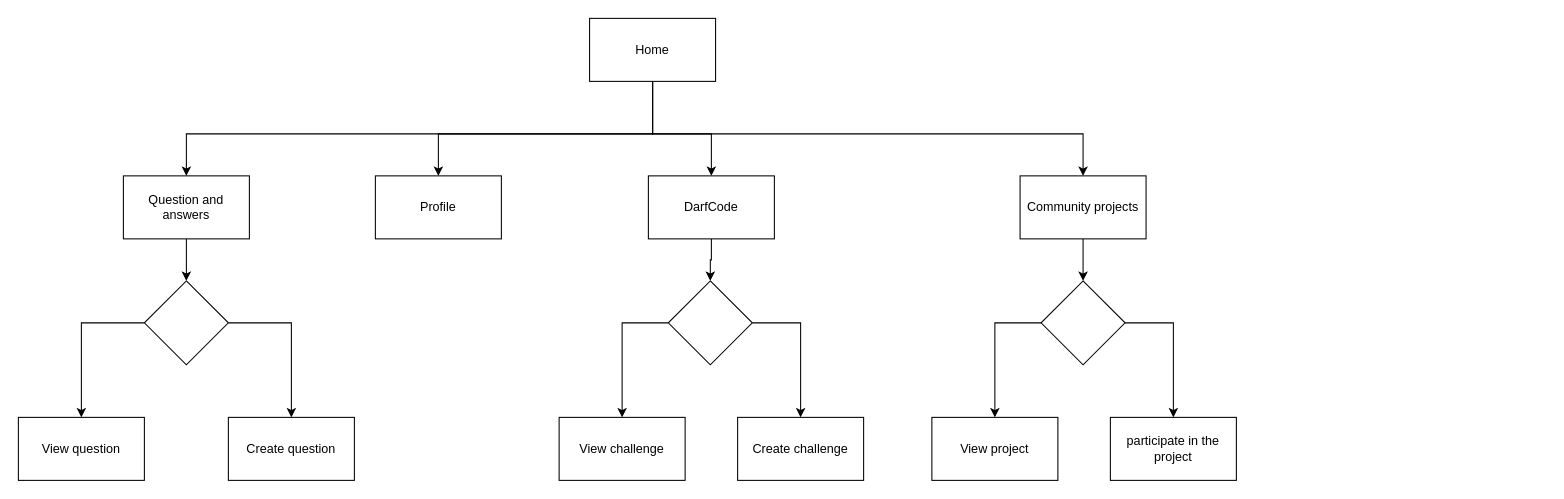
This is page "Navegação" (1 of 2) of Diagrama sem nome.drawio from Mined-Development-Company/Community, a draw.io file, before an edit. Source tidied: cells renumbered, new cells numbered last; positions are measured from the earlier drawing's top-left corner, leaving out a move shared by most shapes. Both pictures are drawn from the tidied source at 105%, with x=0, y=0 at pixel (18, 18).
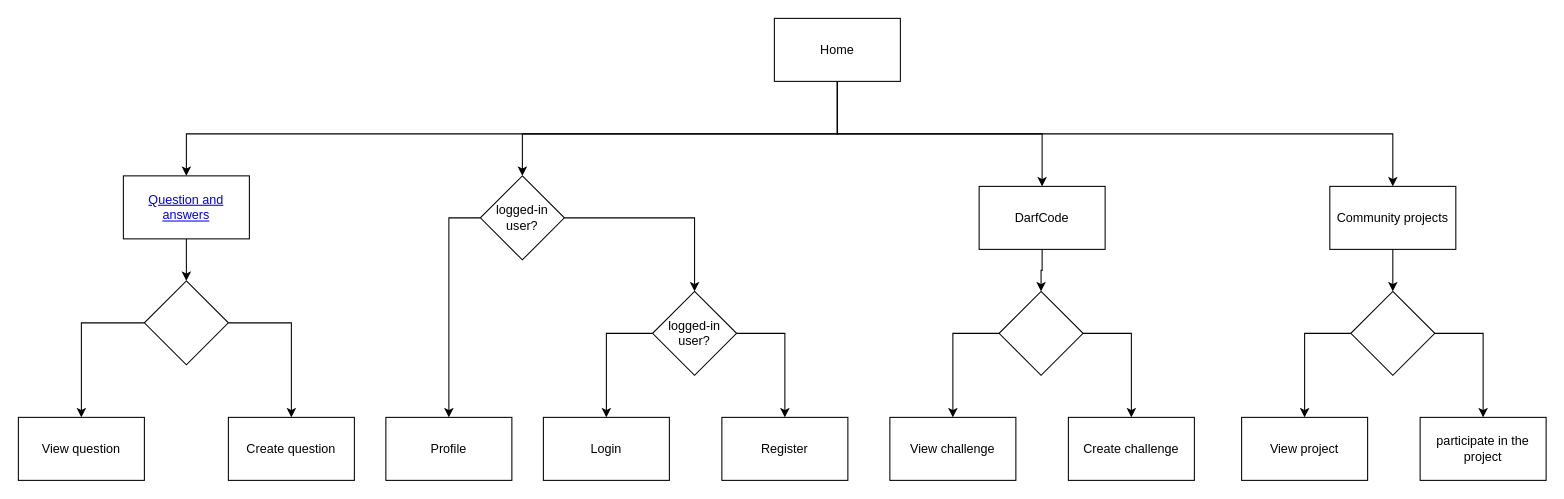
The same page after the edit.

Change to the diagram source:
```diff
@@
     <mxCell id="2" style="edgeStyle=orthogonalEdgeStyle;rounded=0;jettySize=auto;html=1;entryX=0.5;entryY=0;entryDx=0;entryDy=0;" parent="1" edge="1" source="6" target="8">
       <mxGeometry relative="1" as="geometry">
         <Array as="points">
-          <mxPoint x="604" y="110" />
+          <mxPoint x="780" y="110" />
           <mxPoint x="160" y="110" />
         </Array>
       </mxGeometry>
     </mxCell>
-    <mxCell id="3" style="edgeStyle=orthogonalEdgeStyle;rounded=0;jettySize=auto;html=1;exitX=0.5;exitY=1;exitDx=0;exitDy=0;entryX=0.5;entryY=0;entryDx=0;entryDy=0;" parent="1" edge="1" source="6" target="14">
-      <mxGeometry relative="1" as="geometry">
-        <Array as="points">
-          <mxPoint x="604" y="110" />
-          <mxPoint x="400" y="110" />
-        </Array>
-      </mxGeometry>
-    </mxCell>
     <mxCell id="4" style="edgeStyle=orthogonalEdgeStyle;rounded=0;jettySize=auto;html=1;entryX=0.5;entryY=0;entryDx=0;entryDy=0;" parent="1" edge="1" source="6" target="16">
       <mxGeometry relative="1" as="geometry">
         <Array as="points">
-          <mxPoint x="604" y="110" />
-          <mxPoint x="660" y="110" />
+          <mxPoint x="780" y="110" />
+          <mxPoint x="975" y="110" />
         </Array>
       </mxGeometry>
     </mxCell>
     <mxCell id="5" style="edgeStyle=orthogonalEdgeStyle;rounded=0;jettySize=auto;html=1;entryX=0.5;entryY=0;entryDx=0;entryDy=0;" parent="1" edge="1" source="6" target="23">
       <mxGeometry relative="1" as="geometry">
         <Array as="points">
-          <mxPoint x="604" y="110" />
-          <mxPoint x="1014" y="110" />
+          <mxPoint x="780" y="110" />
+          <mxPoint x="1309" y="110" />
         </Array>
       </mxGeometry>
     </mxCell>
+    <mxCell id="29" style="edgeStyle=orthogonalEdgeStyle;rounded=0;jettySize=auto;html=1;entryX=0.5;entryY=0;entryDx=0;entryDy=0;" parent="1" edge="1" source="6" target="32">
+      <mxGeometry relative="1" as="geometry">
+        <Array as="points">
+          <mxPoint x="780" y="110" />
+          <mxPoint x="480" y="110" />
+        </Array>
+      </mxGeometry>
+    </mxCell>
     <mxCell id="6" value="Home" style="rounded=0;whiteSpace=wrap;html=1;" parent="1" vertex="1">
-      <mxGeometry x="544" width="120" height="60" as="geometry" />
+      <mxGeometry x="720" width="120" height="60" as="geometry" />
     </mxCell>
@@
-    <mxCell id="8" value="Question and answers" style="rounded=0;whiteSpace=wrap;html=1;" parent="1" vertex="1">
+    <mxCell id="8" value="&lt;a href=&quot;data:page/id,JlcmqkpYdvfIM-D7zW9A&quot;&gt;Question and answers&lt;/a&gt;" style="rounded=0;whiteSpace=wrap;html=1;" parent="1" vertex="1">
       <mxGeometry x="100" y="150" width="120" height="60" as="geometry" />
     </mxCell>
@@
     <mxCell id="14" value="Profile" style="rounded=0;whiteSpace=wrap;html=1;" parent="1" vertex="1">
-      <mxGeometry x="340" y="150" width="120" height="60" as="geometry" />
+      <mxGeometry x="350" y="380" width="120" height="60" as="geometry" />
     </mxCell>
@@
     <mxCell id="16" value="DarfCode" style="rounded=0;whiteSpace=wrap;html=1;" parent="1" vertex="1">
-      <mxGeometry x="600" y="150" width="120" height="60" as="geometry" />
+      <mxGeometry x="915" y="160" width="120" height="60" as="geometry" />
     </mxCell>
     <mxCell id="17" value="View challenge" style="rounded=0;whiteSpace=wrap;html=1;" parent="1" vertex="1">
-      <mxGeometry x="515" y="380" width="120" height="60" as="geometry" />
+      <mxGeometry x="830" y="380" width="120" height="60" as="geometry" />
     </mxCell>
     <mxCell id="18" style="edgeStyle=orthogonalEdgeStyle;rounded=0;jettySize=auto;html=1;entryX=0.5;entryY=0;entryDx=0;entryDy=0;" parent="1" edge="1" source="20" target="17">
       <mxGeometry relative="1" as="geometry">
         <Array as="points">
-          <mxPoint x="575" y="290" />
+          <mxPoint x="890" y="300" />
         </Array>
       </mxGeometry>
     </mxCell>
     <mxCell id="19" style="edgeStyle=orthogonalEdgeStyle;rounded=0;jettySize=auto;html=1;entryX=0.5;entryY=0;entryDx=0;entryDy=0;" parent="1" edge="1" source="20" target="21">
       <mxGeometry relative="1" as="geometry">
         <Array as="points">
-          <mxPoint x="745" y="290" />
+          <mxPoint x="1060" y="300" />
         </Array>
       </mxGeometry>
     </mxCell>
     <mxCell id="20" style="rhombus;whiteSpace=wrap;html=1;" parent="1" vertex="1">
-      <mxGeometry x="619" y="250" width="80" height="80" as="geometry" />
+      <mxGeometry x="934" y="260" width="80" height="80" as="geometry" />
     </mxCell>
     <mxCell id="21" value="Create challenge" style="rounded=0;whiteSpace=wrap;html=1;" parent="1" vertex="1">
-      <mxGeometry x="685" y="380" width="120" height="60" as="geometry" />
+      <mxGeometry x="1000" y="380" width="120" height="60" as="geometry" />
     </mxCell>
@@
     <mxCell id="23" value="Community projects" style="rounded=0;whiteSpace=wrap;html=1;" parent="1" vertex="1">
-      <mxGeometry x="954" y="150" width="120" height="60" as="geometry" />
+      <mxGeometry x="1249" y="160" width="120" height="60" as="geometry" />
     </mxCell>
     <mxCell id="24" value="View project" style="rounded=0;whiteSpace=wrap;html=1;" parent="1" vertex="1">
-      <mxGeometry x="870" y="380" width="120" height="60" as="geometry" />
+      <mxGeometry x="1165" y="380" width="120" height="60" as="geometry" />
     </mxCell>
     <mxCell id="25" style="edgeStyle=orthogonalEdgeStyle;rounded=0;jettySize=auto;html=1;entryX=0.5;entryY=0;entryDx=0;entryDy=0;" parent="1" edge="1" source="27" target="24">
       <mxGeometry relative="1" as="geometry">
         <Array as="points">
-          <mxPoint x="930" y="290" />
+          <mxPoint x="1225" y="300" />
         </Array>
       </mxGeometry>
     </mxCell>
     <mxCell id="26" style="edgeStyle=orthogonalEdgeStyle;rounded=0;jettySize=auto;html=1;entryX=0.5;entryY=0;entryDx=0;entryDy=0;" parent="1" edge="1" source="27" target="28">
       <mxGeometry relative="1" as="geometry">
         <Array as="points">
-          <mxPoint x="1100" y="290" />
+          <mxPoint x="1395" y="300" />
         </Array>
       </mxGeometry>
     </mxCell>
     <mxCell id="27" style="rhombus;whiteSpace=wrap;html=1;" parent="1" vertex="1">
-      <mxGeometry x="974" y="250" width="80" height="80" as="geometry" />
+      <mxGeometry x="1269" y="260" width="80" height="80" as="geometry" />
     </mxCell>
     <mxCell id="28" value="participate in the project" style="rounded=0;whiteSpace=wrap;html=1;" parent="1" vertex="1">
-      <mxGeometry x="1040" y="380" width="120" height="60" as="geometry" />
+      <mxGeometry x="1335" y="380" width="120" height="60" as="geometry" />
     </mxCell>
+    <mxCell id="30" style="edgeStyle=orthogonalEdgeStyle;rounded=0;jettySize=auto;html=1;" parent="1" edge="1" source="32" target="14">
+      <mxGeometry relative="1" as="geometry">
+        <Array as="points">
+          <mxPoint x="410" y="190" />
+        </Array>
+      </mxGeometry>
+    </mxCell>
+    <mxCell id="31" style="edgeStyle=orthogonalEdgeStyle;rounded=0;jettySize=auto;html=1;" parent="1" edge="1" source="32" target="36">
+      <mxGeometry relative="1" as="geometry" />
+    </mxCell>
+    <mxCell id="32" value="logged-in user?" style="rhombus;whiteSpace=wrap;html=1;" parent="1" vertex="1">
+      <mxGeometry x="440" y="150" width="80" height="80" as="geometry" />
+    </mxCell>
+    <mxCell id="33" value="Login" style="rounded=0;whiteSpace=wrap;html=1;" parent="1" vertex="1">
+      <mxGeometry x="500" y="380" width="120" height="60" as="geometry" />
+    </mxCell>
+    <mxCell id="34" style="edgeStyle=orthogonalEdgeStyle;rounded=0;jettySize=auto;html=1;entryX=0.5;entryY=0;entryDx=0;entryDy=0;" parent="1" edge="1" source="36" target="33">
+      <mxGeometry relative="1" as="geometry">
+        <Array as="points">
+          <mxPoint x="560" y="300" />
+        </Array>
+      </mxGeometry>
+    </mxCell>
+    <mxCell id="35" style="edgeStyle=orthogonalEdgeStyle;rounded=0;jettySize=auto;html=1;entryX=0.5;entryY=0;entryDx=0;entryDy=0;" parent="1" edge="1" source="36" target="37">
+      <mxGeometry relative="1" as="geometry">
+        <Array as="points">
+          <mxPoint x="730" y="300" />
+        </Array>
+      </mxGeometry>
+    </mxCell>
+    <mxCell id="36" value="logged-in user?" style="rhombus;whiteSpace=wrap;html=1;" parent="1" vertex="1">
+      <mxGeometry x="604" y="260" width="80" height="80" as="geometry" />
+    </mxCell>
+    <mxCell id="37" value="Register" style="rounded=0;whiteSpace=wrap;html=1;" parent="1" vertex="1">
+      <mxGeometry x="670" y="380" width="120" height="60" as="geometry" />
+    </mxCell>
```
